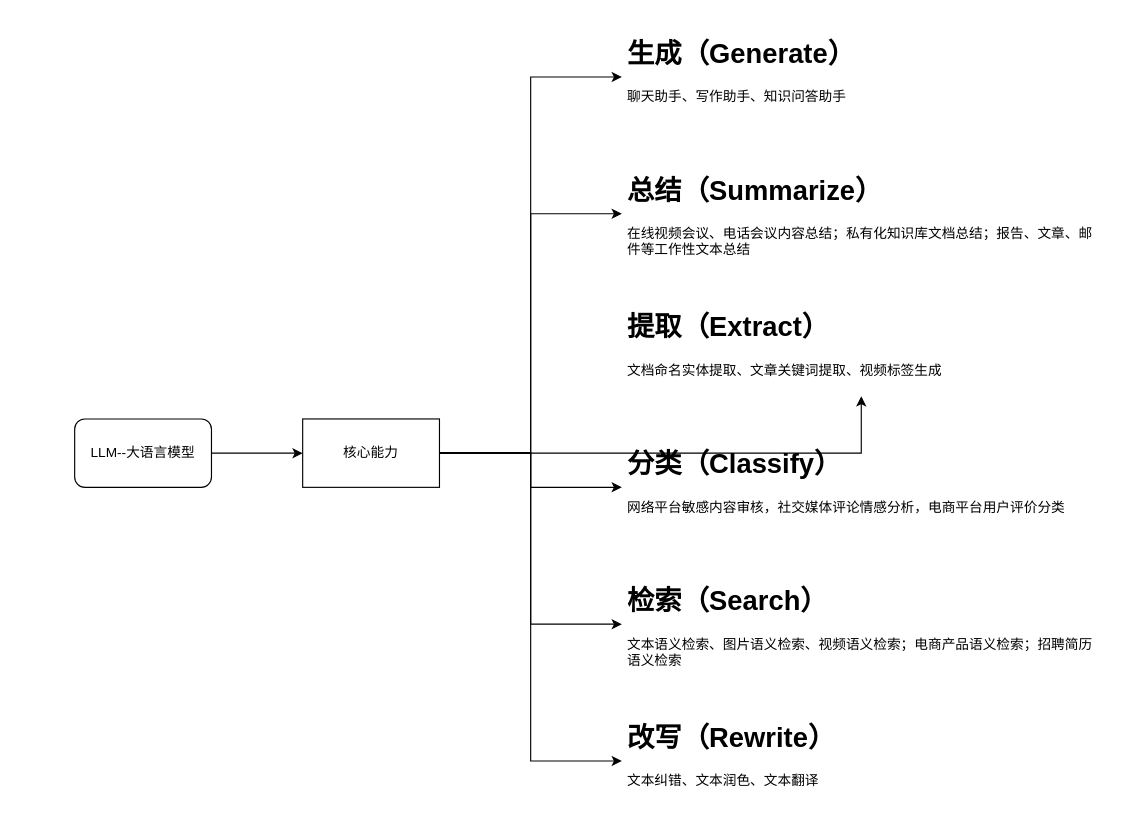
This is ai.drawio from buff0000/draw.io, a draw.io file, before an edit. Source tidied: cells renumbered, new cells numbered last; positions are measured from the earlier drawing's top-left corner, leaving out a move shared by most shapes. Both pictures are drawn from the tidied source at 114%, with x=0, y=0 at pixel (74, 31).
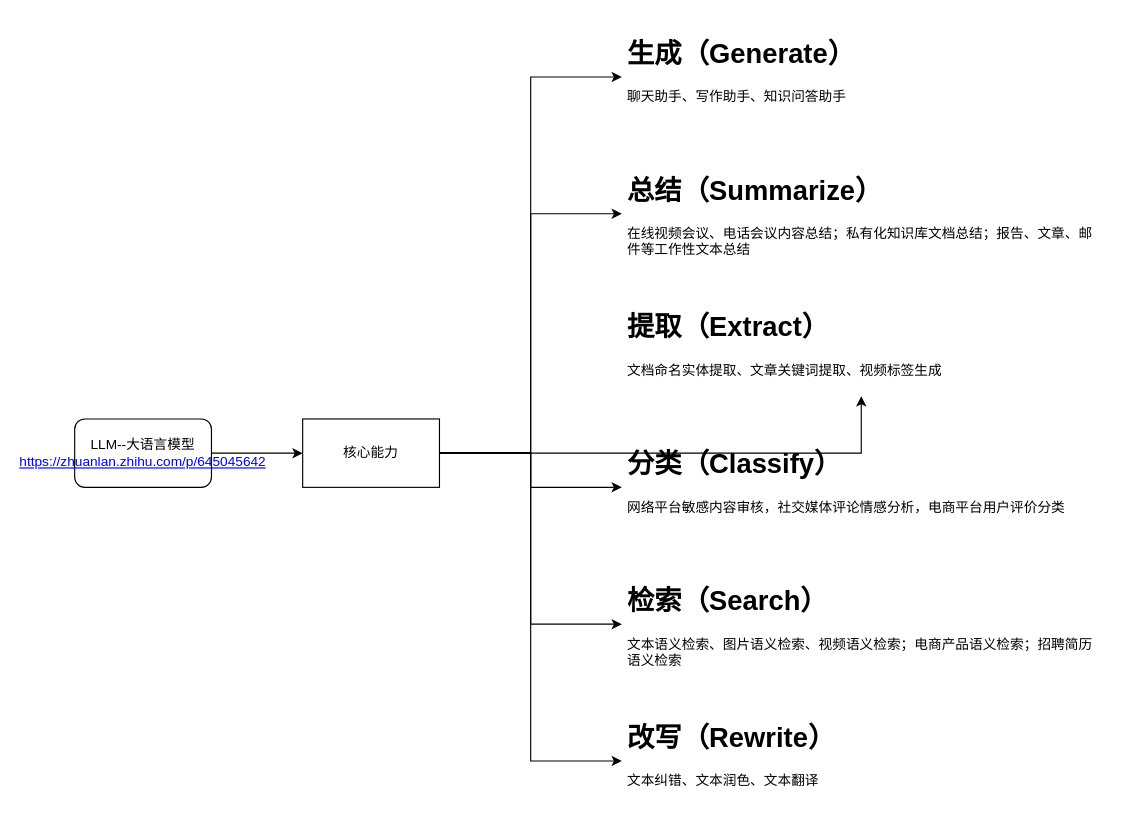
The same diagram, later.

Change to the diagram source:
```diff
@@
 <mxGraphModel>
   <root>
     <mxCell id="0" />
     <mxCell id="1" parent="0" />
     <mxCell id="2" style="edgeStyle=orthogonalEdgeStyle;rounded=0;jettySize=auto;html=1;exitX=1;exitY=0.5;exitDx=0;exitDy=0;entryX=0;entryY=0.5;entryDx=0;entryDy=0;" parent="1" edge="1" source="8" target="11">
       <mxGeometry relative="1" as="geometry" />
     </mxCell>
     <mxCell id="3" style="edgeStyle=orthogonalEdgeStyle;rounded=0;jettySize=auto;html=1;exitX=1;exitY=0.5;exitDx=0;exitDy=0;entryX=0;entryY=0.5;entryDx=0;entryDy=0;" parent="1" edge="1" source="8" target="12">
       <mxGeometry relative="1" as="geometry" />
     </mxCell>
     <mxCell id="4" style="edgeStyle=orthogonalEdgeStyle;rounded=0;jettySize=auto;html=1;exitX=1;exitY=0.5;exitDx=0;exitDy=0;" parent="1" edge="1" source="8" target="13">
       <mxGeometry relative="1" as="geometry" />
     </mxCell>
     <mxCell id="5" style="edgeStyle=orthogonalEdgeStyle;rounded=0;jettySize=auto;html=1;exitX=1;exitY=0.5;exitDx=0;exitDy=0;entryX=0;entryY=0.5;entryDx=0;entryDy=0;" parent="1" edge="1" source="8" target="14">
       <mxGeometry relative="1" as="geometry" />
     </mxCell>
     <mxCell id="6" style="edgeStyle=orthogonalEdgeStyle;rounded=0;jettySize=auto;html=1;exitX=1;exitY=0.5;exitDx=0;exitDy=0;entryX=0;entryY=0.5;entryDx=0;entryDy=0;" parent="1" edge="1" source="8" target="15">
       <mxGeometry relative="1" as="geometry" />
     </mxCell>
     <mxCell id="7" style="edgeStyle=orthogonalEdgeStyle;rounded=0;jettySize=auto;html=1;exitX=1;exitY=0.5;exitDx=0;exitDy=0;entryX=0;entryY=0.5;entryDx=0;entryDy=0;" parent="1" edge="1" source="8" target="16">
       <mxGeometry relative="1" as="geometry" />
     </mxCell>
     <mxCell id="8" value="核心能力" style="rounded=0;whiteSpace=wrap;html=1;" parent="1" vertex="1">
       <mxGeometry x="200" y="340" width="120" height="60" as="geometry" />
     </mxCell>
     <mxCell id="9" style="edgeStyle=orthogonalEdgeStyle;rounded=0;jettySize=auto;html=1;exitX=1;exitY=0.5;exitDx=0;exitDy=0;entryX=0;entryY=0.5;entryDx=0;entryDy=0;" parent="1" edge="1" source="10" target="8">
       <mxGeometry relative="1" as="geometry" />
     </mxCell>
-    <mxCell id="10" value="LLM--大语言模型" style="rounded=1;whiteSpace=wrap;html=1;" parent="1" vertex="1">
+    <mxCell id="10" value="LLM--大语言模型&lt;br&gt;&lt;a href=&quot;https://zhuanlan.zhihu.com/p/645045642&quot;&gt;https://zhuanlan.zhihu.com/p/645045642&lt;/a&gt;" style="rounded=1;whiteSpace=wrap;html=1;" parent="1" vertex="1">
       <mxGeometry y="340" width="120" height="60" as="geometry" />
     </mxCell>
     <mxCell id="11" value="&lt;h1&gt;生成（Generate）&lt;br&gt;&lt;/h1&gt;&lt;p&gt;聊天助手、写作助手、知识问答助手&lt;br&gt;&lt;/p&gt;" style="text;html=1;strokeColor=none;fillColor=none;spacing=5;spacingTop=-20;whiteSpace=wrap;overflow=hidden;rounded=0;" parent="1" vertex="1">
       <mxGeometry x="480" width="420" height="80" as="geometry" />
     </mxCell>
     <mxCell id="12" value="&lt;h1&gt;总结（Summarize）&lt;br&gt;&lt;/h1&gt;&lt;p&gt;在线视频会议、电话会议内容总结；私有化知识库文档总结；报告、文章、邮件等工作性文本总结&lt;br&gt;&lt;/p&gt;" style="text;html=1;strokeColor=none;fillColor=none;spacing=5;spacingTop=-20;whiteSpace=wrap;overflow=hidden;rounded=0;" parent="1" vertex="1">
       <mxGeometry x="480" y="120" width="420" height="80" as="geometry" />
     </mxCell>
     <mxCell id="13" value="&lt;h1&gt;提取（Extract）&lt;br&gt;&lt;/h1&gt;&lt;p&gt;文档命名实体提取、文章关键词提取、视频标签生成&lt;br&gt;&lt;/p&gt;" style="text;html=1;strokeColor=none;fillColor=none;spacing=5;spacingTop=-20;whiteSpace=wrap;overflow=hidden;rounded=0;" parent="1" vertex="1">
       <mxGeometry x="480" y="240" width="420" height="80" as="geometry" />
     </mxCell>
     <mxCell id="14" value="&lt;h1&gt;分类（Classify）&lt;br&gt;&lt;/h1&gt;&lt;p&gt;网络平台敏感内容审核，社交媒体评论情感分析，电商平台用户评价分类&lt;br&gt;&lt;/p&gt;" style="text;html=1;strokeColor=none;fillColor=none;spacing=5;spacingTop=-20;whiteSpace=wrap;overflow=hidden;rounded=0;" parent="1" vertex="1">
       <mxGeometry x="480" y="360" width="420" height="80" as="geometry" />
     </mxCell>
     <mxCell id="15" value="&lt;h1&gt;检索（Search）&lt;br&gt;&lt;/h1&gt;&lt;p&gt;文本语义检索、图片语义检索、视频语义检索；电商产品语义检索；招聘简历语义检索&lt;br&gt;&lt;/p&gt;" style="text;html=1;strokeColor=none;fillColor=none;spacing=5;spacingTop=-20;whiteSpace=wrap;overflow=hidden;rounded=0;" parent="1" vertex="1">
       <mxGeometry x="480" y="480" width="420" height="80" as="geometry" />
     </mxCell>
     <mxCell id="16" value="&lt;h1&gt;改写（Rewrite）&lt;br&gt;&lt;/h1&gt;&lt;p&gt;文本纠错、文本润色、文本翻译&lt;br&gt;&lt;/p&gt;" style="text;html=1;strokeColor=none;fillColor=none;spacing=5;spacingTop=-20;whiteSpace=wrap;overflow=hidden;rounded=0;" parent="1" vertex="1">
       <mxGeometry x="480" y="600" width="420" height="80" as="geometry" />
     </mxCell>
   </root>
 </mxGraphModel>
```
